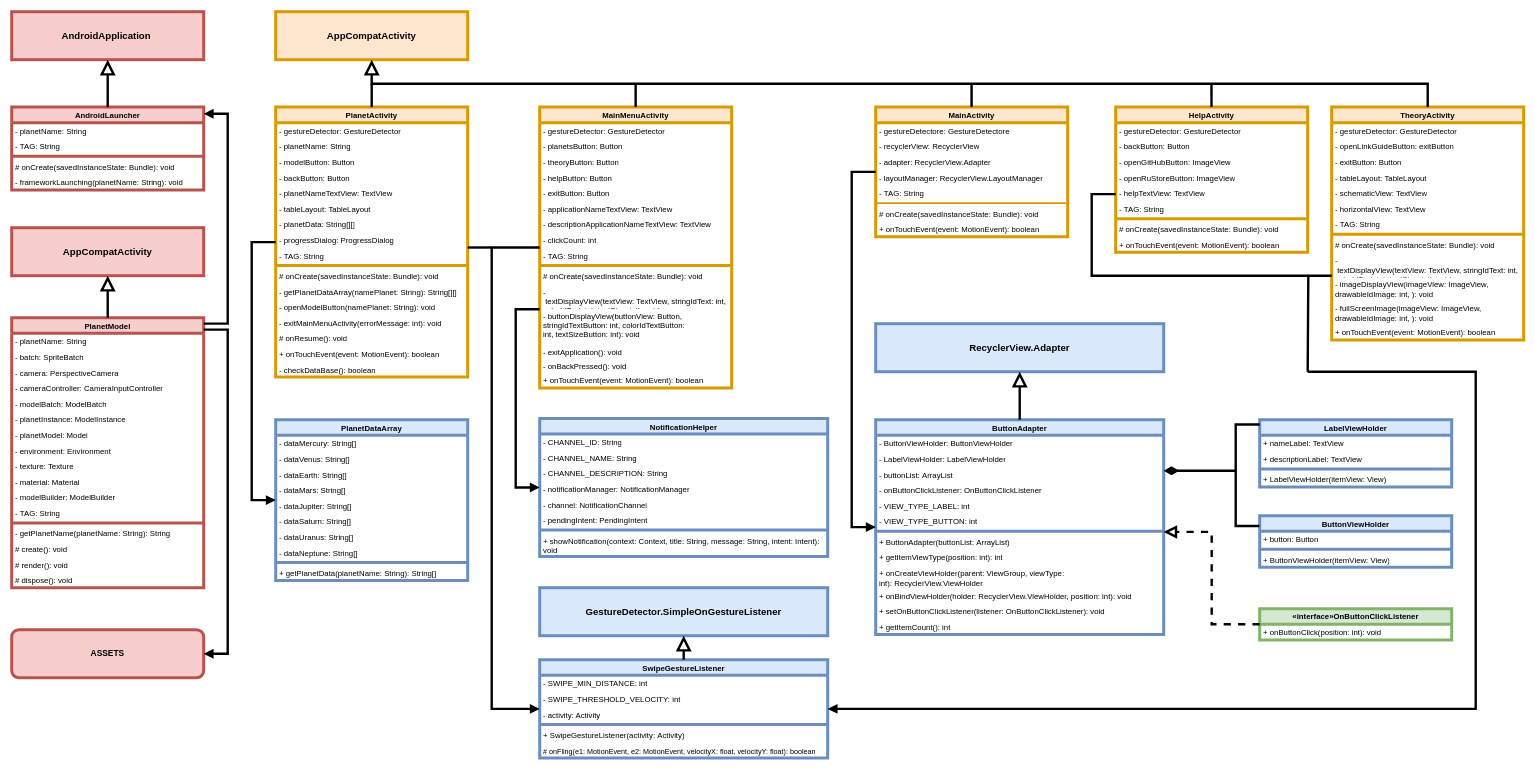
This is page "Classes" (2 of 3) of UML class diagram.drawio from LebedevSergeyVach/AstroAxis, a draw.io file, before an edit. Source tidied: cells renumbered, new cells numbered last; positions are measured from the earlier drawing's top-left corner, leaving out a move shared by most shapes. Both pictures are drawn from the tidied source at 60%, with x=0, y=0 at pixel (11, 11).
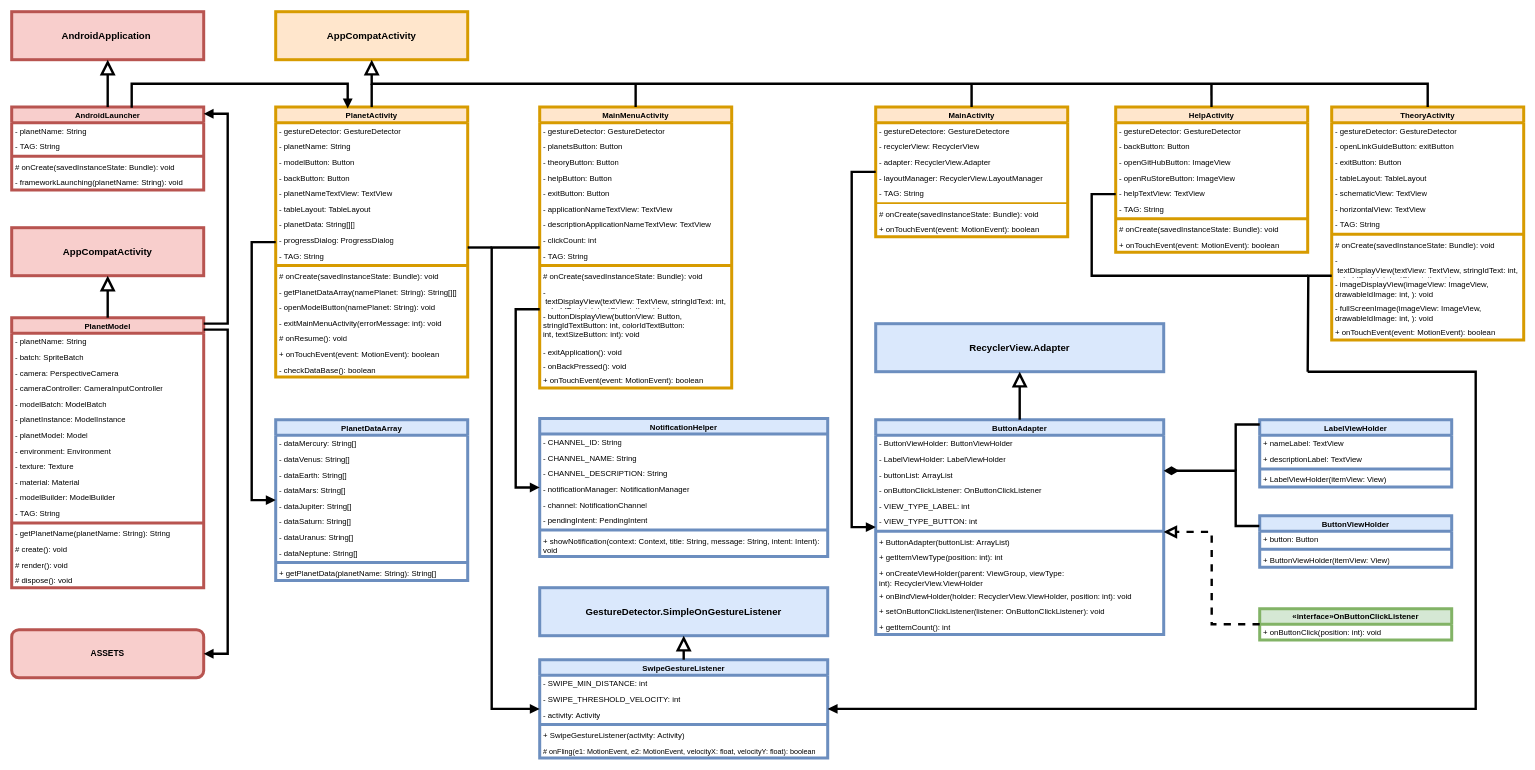
Above is the later version.

Unchanged cells that the change refers to:
```xml
<mxCell id="44" value="PlanetActivity" style="swimlane;align=center;verticalAlign=top;horizontal=1;startSize=26;whiteSpace=wrap;html=1;fillColor=#ffe6cc;strokeColor=#d79b00;strokeWidth=5;fontSize=13;" parent="1" vertex="1">
  <mxGeometry x="440" y="159" width="320" height="450" as="geometry" />
</mxCell>
<mxCell id="100" value="AndroidLauncher" style="swimlane;align=center;verticalAlign=top;horizontal=1;startSize=26;whiteSpace=wrap;html=1;fillColor=#f8cecc;strokeColor=#b85450;strokeWidth=5;fontSize=13;" parent="1" vertex="1">
  <mxGeometry y="159" width="320" height="138" as="geometry" />
</mxCell>
```

Diff of the diagram source:
```diff
@@
+    <mxCell id="174" style="endArrow=block;endFill=1;html=1;align=left;verticalAlign=top;rounded=0;strokeWidth=4;elbow=vertical;edgeStyle=elbowEdgeStyle;exitX=0.625;exitY=0.007;exitDx=0;exitDy=0;exitPerimeter=0;entryX=0.375;entryY=0.005;entryDx=0;entryDy=0;entryPerimeter=0;" parent="1" edge="1" source="100" target="44">
+      <mxGeometry x="-1" relative="1" as="geometry">
+        <Array as="points">
+          <mxPoint x="200" y="120" />
+        </Array>
+      </mxGeometry>
+    </mxCell>
```
